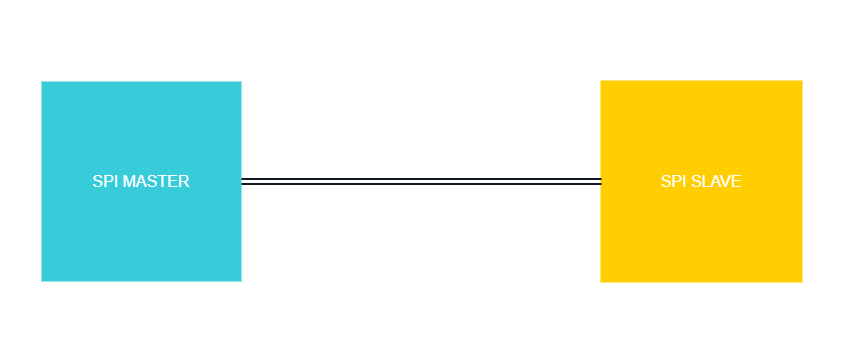
Above: draw.io/PE Articles/General knowledge/Fundamentals/SPI 101 A Beginner's Guide To Serial Communication/Master slave link (PE).png in PLAY-Embedded/pe_assets (draw.io), before the change. Source tidied: cells renumbered, new cells last; positions are measured from the earlier drawing's top-left corner, leaving out a move shared by most shapes. The source it was exported from:
```xml
<mxGraphModel background="#ffffff">
  <root>
    <mxCell id="0" />
    <mxCell id="1" parent="0" />
    <mxCell id="2" value="&lt;font style=&quot;font-size: 16px;&quot;&gt;SPI SLAVE&lt;/font&gt;" style="whiteSpace=wrap;html=1;strokeColor=#FFCD00;strokeWidth=2;fontFamily=Arial;fontSize=12;fontColor=#FFFFFF;fillColor=#FFCD00;" parent="1" vertex="1">
      <mxGeometry x="600" y="80" width="200" height="200" as="geometry" />
    </mxCell>
    <mxCell id="3" style="rounded=0;whiteSpace=wrap;html=1;strokeColor=none;strokeWidth=2;fontFamily=Arial;fontSize=12;fontColor=#FFFFFF;fillColor=none;" parent="1" vertex="1">
      <mxGeometry width="840" height="360" as="geometry" />
    </mxCell>
    <mxCell id="4" style="group;" parent="1" vertex="1">
      <mxGeometry x="40" y="80" width="200" height="200" as="geometry" />
    </mxCell>
    <mxCell id="5" value="&lt;font style=&quot;font-size: 16px;&quot;&gt;SPI MASTER&lt;/font&gt;" style="whiteSpace=wrap;html=1;strokeColor=none;strokeWidth=2;fontFamily=Arial;fontSize=12;fontColor=#FFFFFF;fillColor=#38CBDA;align=center;" parent="4" vertex="1">
      <mxGeometry width="200" height="200" as="geometry" />
    </mxCell>
    <mxCell id="6" style="shape=link;html=1;rounded=0;strokeColor=#101820;strokeWidth=2;fontFamily=Arial;fontSize=16;fontColor=#FFFFFF;targetPerimeterSpacing=1;fillColor=none;entryX=0;entryY=0.5;entryDx=0;entryDy=0;exitX=1;exitY=0.5;exitDx=0;exitDy=0;" parent="1" edge="1" source="5" target="2">
      <mxGeometry relative="1" as="geometry" />
    </mxCell>
  </root>
</mxGraphModel>
```
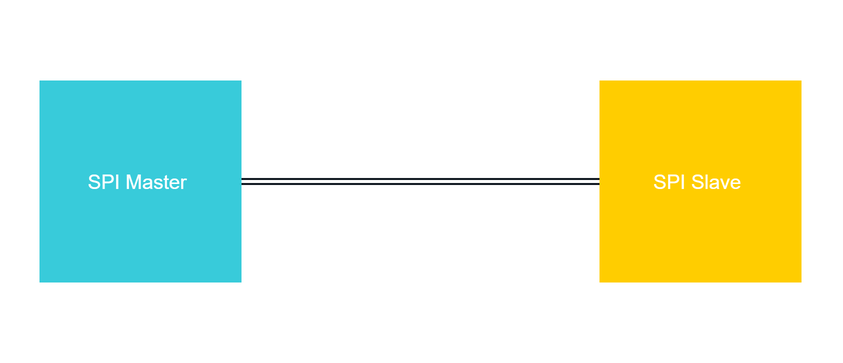
The same diagram one commit later.

Diff of the diagram source:
```diff
@@ -2,20 +2,20 @@
   <root>
     <mxCell id="0" />
     <mxCell id="1" parent="0" />
-    <mxCell id="2" value="&lt;font style=&quot;font-size: 16px;&quot;&gt;SPI SLAVE&lt;/font&gt;" style="whiteSpace=wrap;html=1;strokeColor=#FFCD00;strokeWidth=2;fontFamily=Arial;fontSize=12;fontColor=#FFFFFF;fillColor=#FFCD00;" parent="1" vertex="1">
-      <mxGeometry x="600" y="80" width="200" height="200" as="geometry" />
-    </mxCell>
     <mxCell id="3" style="rounded=0;whiteSpace=wrap;html=1;strokeColor=none;strokeWidth=2;fontFamily=Arial;fontSize=12;fontColor=#FFFFFF;fillColor=none;" parent="1" vertex="1">
       <mxGeometry width="840" height="360" as="geometry" />
     </mxCell>
-    <mxCell id="4" style="group;" parent="1" vertex="1">
-      <mxGeometry x="40" y="80" width="200" height="200" as="geometry" />
-    </mxCell>
-    <mxCell id="5" value="&lt;font style=&quot;font-size: 16px;&quot;&gt;SPI MASTER&lt;/font&gt;" style="whiteSpace=wrap;html=1;strokeColor=none;strokeWidth=2;fontFamily=Arial;fontSize=12;fontColor=#FFFFFF;fillColor=#38CBDA;align=center;" parent="4" vertex="1">
-      <mxGeometry width="200" height="200" as="geometry" />
-    </mxCell>
-    <mxCell id="6" style="shape=link;html=1;rounded=0;strokeColor=#101820;strokeWidth=2;fontFamily=Arial;fontSize=16;fontColor=#FFFFFF;targetPerimeterSpacing=1;fillColor=none;entryX=0;entryY=0.5;entryDx=0;entryDy=0;exitX=1;exitY=0.5;exitDx=0;exitDy=0;" parent="1" edge="1" source="5" target="2">
-      <mxGeometry relative="1" as="geometry" />
+    <mxCell id="6" style="shape=link;html=1;rounded=0;strokeColor=#101820;strokeWidth=2;fontFamily=Arial;fontSize=16;fontColor=#FFFFFF;targetPerimeterSpacing=1;fillColor=none;entryX=0;entryY=0.5;entryDx=0;entryDy=0;exitX=1;exitY=0.5;exitDx=0;exitDy=0;" parent="1" edge="1">
+      <mxGeometry relative="1" as="geometry">
+        <mxPoint x="240" y="180" as="sourcePoint" />
+        <mxPoint x="600" y="180" as="targetPoint" />
+      </mxGeometry>
     </mxCell>
+    <mxCell id="7" value="SPI Slave&amp;nbsp;" style="rounded=0;whiteSpace=wrap;html=1;strokeColor=#FFCD00;strokeWidth=2;fontFamily=Arial;fontSize=20;fontColor=#FFFFFF;fillColor=#FFCD00;" parent="1" vertex="1">
+      <mxGeometry x="600" y="80" width="200" height="200" as="geometry" />
+    </mxCell>
+    <mxCell id="8" value="SPI Master&amp;nbsp;" style="rounded=0;whiteSpace=wrap;html=1;strokeColor=#38CBDA;strokeWidth=2;fontFamily=Arial;fontSize=20;fontColor=#FFFFFF;fillColor=#38CBDA;" parent="1" vertex="1">
+      <mxGeometry x="40" y="80" width="200" height="200" as="geometry" />
+    </mxCell>
   </root>
 </mxGraphModel>
```
